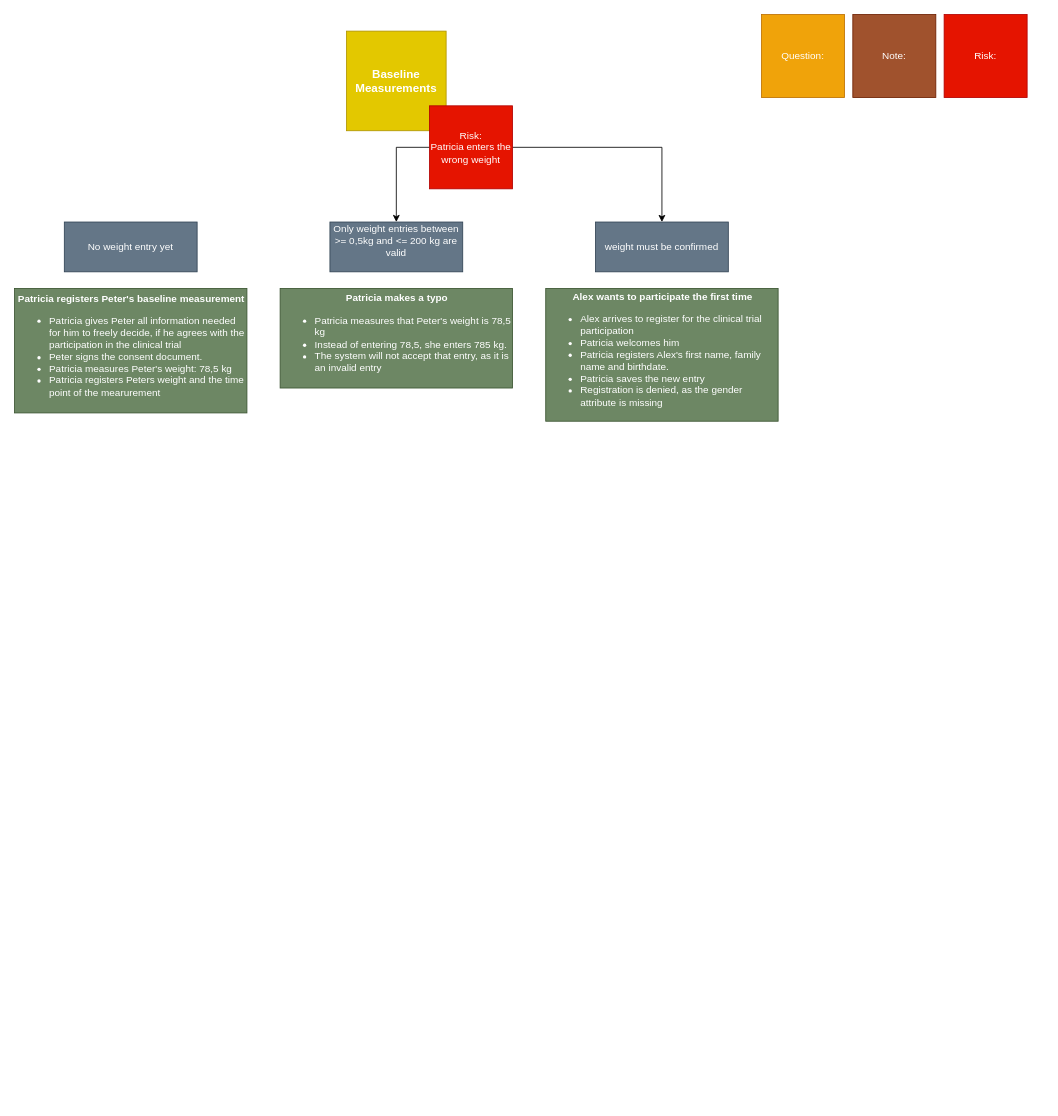
sableu/BDD4OQ keeps this draw.io diagram as jba-oq-documents/ExampleMap_bddoq-26.drawio. Above is the earlier version. Source tidied: cells renumbered, new cells numbered last; positions are measured from the earlier drawing's top-left corner, leaving out a move shared by most shapes. Both pictures are drawn from the tidied source at 83%, with x=0, y=0 at pixel (14, 14).
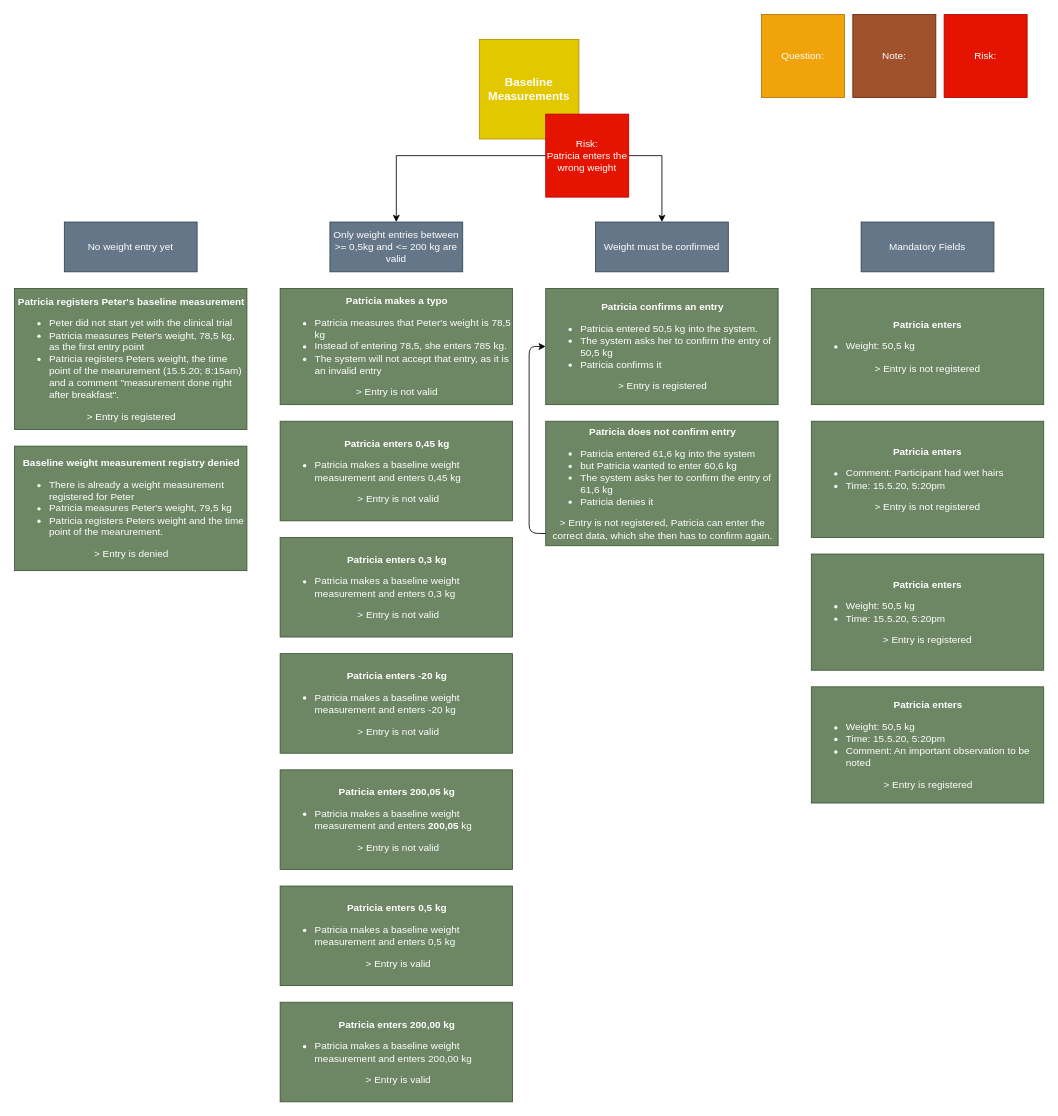
The same page after the edit.

Commit message (it also covers changes not shown here):
bddoq-26: Adaptations in view of bddoq-26

The edit, as a diff of the source:
```diff
@@
     <mxCell id="2" value="&lt;span style=&quot;font-size: 14px&quot;&gt;&lt;b&gt;Baseline Measurements&lt;/b&gt;&lt;/span&gt;" style="whiteSpace=wrap;html=1;fillColor=#e3c800;strokeColor=#B09500;fontColor=#ffffff;" parent="1" vertex="1">
-      <mxGeometry x="400" y="20" width="120" height="120" as="geometry" />
+      <mxGeometry x="560" y="30" width="120" height="120" as="geometry" />
     </mxCell>
-    <mxCell id="3" value="&lt;div style=&quot;text-align: center&quot;&gt;&lt;span&gt;&lt;b&gt;Patricia registers Peter's baseline measurement&lt;/b&gt;&lt;/span&gt;&lt;/div&gt;&lt;ul&gt;&lt;li&gt;Patricia gives Peter all information needed for him to freely decide, if he agrees with the participation in the clinical trial&lt;/li&gt;&lt;li&gt;Peter signs the consent document.&lt;/li&gt;&lt;li&gt;Patricia measures Peter's weight: 78,5 kg&lt;/li&gt;&lt;li&gt;Patricia registers Peters weight and the time point of the mearurement&lt;br&gt;&lt;/li&gt;&lt;/ul&gt;" style="rounded=0;whiteSpace=wrap;html=1;align=left;fillColor=#6d8764;strokeColor=#3A5431;fontColor=#ffffff;" parent="1" vertex="1">
-      <mxGeometry y="330" width="280" height="150" as="geometry" />
+    <mxCell id="3" value="&lt;div style=&quot;text-align: center&quot;&gt;&lt;span&gt;&lt;b&gt;Patricia registers Peter's baseline measurement&lt;/b&gt;&lt;/span&gt;&lt;/div&gt;&lt;ul&gt;&lt;li&gt;Peter did not start yet with the clinical trial&lt;/li&gt;&lt;li&gt;Patricia measures Peter's weight, 78,5 kg, as the first entry point&lt;/li&gt;&lt;li&gt;Patricia registers Peters weight, the time point of the mearurement (15.5.20; 8:15am) and a comment &quot;measurement done right after breakfast&quot;.&lt;br&gt;&lt;/li&gt;&lt;/ul&gt;&lt;div style=&quot;text-align: center&quot;&gt;&amp;gt; Entry is registered&lt;/div&gt;" style="rounded=0;whiteSpace=wrap;html=1;align=left;fillColor=#6d8764;strokeColor=#3A5431;fontColor=#ffffff;" parent="1" vertex="1">
+      <mxGeometry y="330" width="280" height="170" as="geometry" />
     </mxCell>
@@
-    <mxCell id="5" value="&lt;div style=&quot;text-align: center&quot;&gt;&lt;span&gt;&lt;b&gt;Patricia makes a typo&lt;/b&gt;&lt;/span&gt;&lt;/div&gt;&lt;ul&gt;&lt;li&gt;Patricia measures that Peter's weight is 78,5 kg&lt;/li&gt;&lt;li&gt;Instead of entering 78,5, she enters 785 kg.&lt;/li&gt;&lt;li&gt;The system will not accept that entry, as it is an invalid entry&lt;/li&gt;&lt;/ul&gt;" style="rounded=0;whiteSpace=wrap;html=1;align=left;fillColor=#6d8764;strokeColor=#3A5431;fontColor=#ffffff;" parent="1" vertex="1">
-      <mxGeometry x="320" y="330" width="280" height="120" as="geometry" />
+    <mxCell id="5" value="&lt;div style=&quot;text-align: center&quot;&gt;&lt;span&gt;&lt;b&gt;Patricia makes a typo&lt;/b&gt;&lt;/span&gt;&lt;/div&gt;&lt;ul&gt;&lt;li&gt;Patricia measures that Peter's weight is 78,5 kg&lt;/li&gt;&lt;li&gt;Instead of entering 78,5, she enters 785 kg.&lt;/li&gt;&lt;li&gt;The system will not accept that entry, as it is an invalid entry&lt;/li&gt;&lt;/ul&gt;&lt;div style=&quot;text-align: center&quot;&gt;&amp;gt; Entry is not valid&lt;/div&gt;" style="rounded=0;whiteSpace=wrap;html=1;align=left;fillColor=#6d8764;strokeColor=#3A5431;fontColor=#ffffff;" parent="1" vertex="1">
+      <mxGeometry x="320" y="330" width="280" height="140" as="geometry" />
     </mxCell>
-    <mxCell id="6" value="Only weight entries between &amp;gt;= 0,5kg and &amp;lt;= 200 kg are valid&lt;br&gt;&amp;nbsp;" style="rounded=0;whiteSpace=wrap;html=1;fillColor=#647687;strokeColor=#314354;fontColor=#ffffff;" parent="1" vertex="1">
+    <mxCell id="6" value="Only weight entries between &amp;gt;= 0,5kg and &amp;lt;= 200 kg are valid" style="rounded=0;whiteSpace=wrap;html=1;fillColor=#647687;strokeColor=#314354;fontColor=#ffffff;" parent="1" vertex="1">
       <mxGeometry x="380" y="250" width="160" height="60" as="geometry" />
     </mxCell>
-    <mxCell id="7" value="weight must be confirmed" style="rounded=0;whiteSpace=wrap;html=1;fillColor=#647687;strokeColor=#314354;fontColor=#ffffff;" parent="1" vertex="1">
+    <mxCell id="7" value="Weight must be confirmed" style="rounded=0;whiteSpace=wrap;html=1;fillColor=#647687;strokeColor=#314354;fontColor=#ffffff;" parent="1" vertex="1">
       <mxGeometry x="700" y="250" width="160" height="60" as="geometry" />
     </mxCell>
-    <mxCell id="8" value="&lt;div style=&quot;text-align: center&quot;&gt;&lt;span&gt;&lt;b&gt;Alex wants to participate the first time&lt;/b&gt;&lt;/span&gt;&lt;/div&gt;&lt;ul&gt;&lt;li&gt;Alex arrives to register for the clinical trial participation&lt;/li&gt;&lt;li&gt;Patricia welcomes him&lt;/li&gt;&lt;li&gt;Patricia registers Alex's first name, family name and birthdate.&lt;/li&gt;&lt;li&gt;Patricia saves the new entry&lt;/li&gt;&lt;li&gt;Registration is denied, as the gender attribute is missing&lt;/li&gt;&lt;/ul&gt;" style="rounded=0;whiteSpace=wrap;html=1;align=left;fillColor=#6d8764;strokeColor=#3A5431;fontColor=#ffffff;" parent="1" vertex="1">
-      <mxGeometry x="640" y="330" width="280" height="160" as="geometry" />
+    <mxCell id="8" value="&lt;div style=&quot;text-align: center&quot;&gt;&lt;span&gt;&lt;b&gt;Patricia confirms an entry&lt;/b&gt;&lt;/span&gt;&lt;/div&gt;&lt;ul&gt;&lt;li&gt;Patricia entered 50,5 kg into the system.&lt;/li&gt;&lt;li&gt;The system asks her to confirm the entry of 50,5 kg&lt;/li&gt;&lt;li&gt;Patricia confirms it&lt;/li&gt;&lt;/ul&gt;&lt;div style=&quot;text-align: center&quot;&gt;&amp;gt; Entry is registered&lt;/div&gt;" style="rounded=0;whiteSpace=wrap;html=1;align=left;fillColor=#6d8764;strokeColor=#3A5431;fontColor=#ffffff;" parent="1" vertex="1">
+      <mxGeometry x="640" y="330" width="280" height="140" as="geometry" />
     </mxCell>
@@
-    <mxCell id="13" style="edgeStyle=orthogonalEdgeStyle;rounded=0;jettySize=auto;html=1;" parent="1" edge="1" source="14" target="7">
+    <mxCell id="13" style="edgeStyle=orthogonalEdgeStyle;rounded=0;jettySize=auto;html=1;exitX=1;exitY=0.5;exitDx=0;exitDy=0;" parent="1" edge="1" source="14" target="7">
       <mxGeometry relative="1" as="geometry" />
     </mxCell>
     <mxCell id="14" value="Risk:&lt;br&gt;Patricia enters the wrong weight" style="whiteSpace=wrap;html=1;fillColor=#e51400;strokeColor=#B20000;fontColor=#ffffff;" parent="1" vertex="1">
-      <mxGeometry x="500" y="110" width="100" height="100" as="geometry" />
+      <mxGeometry x="640" y="120" width="100" height="100" as="geometry" />
     </mxCell>
+    <mxCell id="15" value="&lt;div style=&quot;text-align: center&quot;&gt;&lt;span&gt;&lt;b&gt;Patricia enters 0,5 kg&lt;/b&gt;&lt;/span&gt;&lt;/div&gt;&lt;ul&gt;&lt;li&gt;Patricia makes a baseline weight measurement and enters 0,5 kg&lt;/li&gt;&lt;/ul&gt;&lt;div style=&quot;text-align: center&quot;&gt;&lt;span&gt;&amp;nbsp;&amp;gt; Entry is valid&lt;/span&gt;&lt;/div&gt;" style="rounded=0;whiteSpace=wrap;html=1;align=left;fillColor=#6d8764;strokeColor=#3A5431;fontColor=#ffffff;" parent="1" vertex="1">
+      <mxGeometry x="320" y="1050" width="280" height="120" as="geometry" />
+    </mxCell>
+    <mxCell id="16" value="&lt;div style=&quot;text-align: center&quot;&gt;&lt;span&gt;&lt;b&gt;Patricia enters 0,45 kg&lt;/b&gt;&lt;/span&gt;&lt;/div&gt;&lt;ul&gt;&lt;li&gt;Patricia makes a baseline weight measurement and enters 0,45 kg&lt;/li&gt;&lt;/ul&gt;&lt;div style=&quot;text-align: center&quot;&gt;&lt;span&gt;&amp;nbsp;&amp;gt; Entry is not valid&lt;/span&gt;&lt;/div&gt;" style="rounded=0;whiteSpace=wrap;html=1;align=left;fillColor=#6d8764;strokeColor=#3A5431;fontColor=#ffffff;" parent="1" vertex="1">
+      <mxGeometry x="320" y="490" width="280" height="120" as="geometry" />
+    </mxCell>
+    <mxCell id="17" value="&lt;div style=&quot;text-align: center&quot;&gt;&lt;span&gt;&lt;b&gt;Patricia enters 0,3 kg&lt;/b&gt;&lt;/span&gt;&lt;/div&gt;&lt;ul&gt;&lt;li&gt;Patricia makes a baseline weight measurement and enters 0,3 kg&lt;/li&gt;&lt;/ul&gt;&lt;div style=&quot;text-align: center&quot;&gt;&lt;span&gt;&amp;nbsp;&amp;gt; Entry is not valid&lt;/span&gt;&lt;/div&gt;" style="rounded=0;whiteSpace=wrap;html=1;align=left;fillColor=#6d8764;strokeColor=#3A5431;fontColor=#ffffff;" parent="1" vertex="1">
+      <mxGeometry x="320" y="630" width="280" height="120" as="geometry" />
+    </mxCell>
+    <mxCell id="18" value="&lt;div style=&quot;text-align: center&quot;&gt;&lt;span&gt;&lt;b&gt;Patricia enters -20 kg&lt;/b&gt;&lt;/span&gt;&lt;/div&gt;&lt;ul&gt;&lt;li&gt;Patricia makes a baseline weight measurement and enters -20 kg&lt;/li&gt;&lt;/ul&gt;&lt;div style=&quot;text-align: center&quot;&gt;&lt;span&gt;&amp;nbsp;&amp;gt; Entry is not valid&lt;/span&gt;&lt;/div&gt;" style="rounded=0;whiteSpace=wrap;html=1;align=left;fillColor=#6d8764;strokeColor=#3A5431;fontColor=#ffffff;" parent="1" vertex="1">
+      <mxGeometry x="320" y="770" width="280" height="120" as="geometry" />
+    </mxCell>
+    <mxCell id="19" value="&lt;div style=&quot;text-align: center&quot;&gt;&lt;span&gt;&lt;b&gt;Patricia enters 200,05 kg&lt;/b&gt;&lt;/span&gt;&lt;/div&gt;&lt;ul&gt;&lt;li&gt;Patricia makes a baseline weight measurement and enters&amp;nbsp;&lt;b style=&quot;text-align: center&quot;&gt;200,05&lt;/b&gt;&amp;nbsp;kg&lt;/li&gt;&lt;/ul&gt;&lt;div style=&quot;text-align: center&quot;&gt;&lt;span&gt;&amp;nbsp;&amp;gt; Entry is not valid&lt;/span&gt;&lt;/div&gt;" style="rounded=0;whiteSpace=wrap;html=1;align=left;fillColor=#6d8764;strokeColor=#3A5431;fontColor=#ffffff;" parent="1" vertex="1">
+      <mxGeometry x="320" y="910" width="280" height="120" as="geometry" />
+    </mxCell>
+    <mxCell id="20" value="&lt;div style=&quot;text-align: center&quot;&gt;&lt;span&gt;&lt;b&gt;Patricia enters 200,00 kg&lt;/b&gt;&lt;/span&gt;&lt;/div&gt;&lt;ul&gt;&lt;li&gt;Patricia makes a baseline weight measurement and enters 200,00 kg&lt;/li&gt;&lt;/ul&gt;&lt;div style=&quot;text-align: center&quot;&gt;&lt;span&gt;&amp;nbsp;&amp;gt; Entry is valid&lt;/span&gt;&lt;/div&gt;" style="rounded=0;whiteSpace=wrap;html=1;align=left;fillColor=#6d8764;strokeColor=#3A5431;fontColor=#ffffff;" parent="1" vertex="1">
+      <mxGeometry x="320" y="1190" width="280" height="120" as="geometry" />
+    </mxCell>
+    <mxCell id="21" value="&lt;div style=&quot;text-align: center&quot;&gt;&lt;span&gt;&lt;b&gt;Patricia does not confirm entry&lt;/b&gt;&lt;/span&gt;&lt;/div&gt;&lt;ul&gt;&lt;li&gt;Patricia entered 61,6 kg into the system&lt;/li&gt;&lt;li&gt;but Patricia wanted to enter 60,6 kg&lt;/li&gt;&lt;li&gt;The system asks her to confirm the entry of 61,6 kg&lt;/li&gt;&lt;li&gt;Patricia denies it&lt;/li&gt;&lt;/ul&gt;&lt;div style=&quot;text-align: center&quot;&gt;&amp;gt; Entry is not registered, Patricia can enter the correct data, which she then has to confirm again.&lt;/div&gt;" style="rounded=0;whiteSpace=wrap;html=1;align=left;fillColor=#6d8764;strokeColor=#3A5431;fontColor=#ffffff;" parent="1" vertex="1">
+      <mxGeometry x="640" y="490" width="280" height="150" as="geometry" />
+    </mxCell>
+    <mxCell id="22" value="&lt;div style=&quot;text-align: center&quot;&gt;&lt;span&gt;&lt;b&gt;Baseline weight measurement registry denied&lt;/b&gt;&lt;/span&gt;&lt;/div&gt;&lt;ul&gt;&lt;li&gt;There is already a weight measurement registered for Peter&lt;/li&gt;&lt;li&gt;Patricia measures Peter's weight, 79,5 kg&lt;/li&gt;&lt;li&gt;Patricia registers Peters weight and the time point of the mearurement.&lt;br&gt;&lt;/li&gt;&lt;/ul&gt;&lt;div style=&quot;text-align: center&quot;&gt;&amp;gt; Entry is denied&lt;/div&gt;" style="rounded=0;whiteSpace=wrap;html=1;align=left;fillColor=#6d8764;strokeColor=#3A5431;fontColor=#ffffff;" parent="1" vertex="1">
+      <mxGeometry y="520" width="280" height="150" as="geometry" />
+    </mxCell>
+    <mxCell id="23" value="Mandatory Fields" style="rounded=0;whiteSpace=wrap;html=1;fillColor=#647687;strokeColor=#314354;fontColor=#ffffff;" parent="1" vertex="1">
+      <mxGeometry x="1020" y="250" width="160" height="60" as="geometry" />
+    </mxCell>
+    <mxCell id="24" value="&lt;div style=&quot;text-align: center&quot;&gt;&lt;span&gt;&lt;b&gt;Patricia enters&lt;/b&gt;&lt;/span&gt;&lt;/div&gt;&lt;ul&gt;&lt;li&gt;Weight: 50,5 kg&amp;nbsp; &amp;nbsp; &amp;nbsp; &amp;nbsp; &amp;nbsp; &amp;nbsp; &amp;nbsp; &amp;nbsp; &amp;nbsp; &amp;nbsp; &amp;nbsp; &amp;nbsp; &amp;nbsp; &amp;nbsp; &amp;nbsp; &amp;nbsp; &amp;nbsp; &amp;nbsp; &amp;nbsp; &amp;nbsp; &amp;nbsp; &amp;nbsp; &amp;nbsp;&amp;nbsp;&lt;/li&gt;&lt;/ul&gt;&lt;div style=&quot;text-align: center&quot;&gt;&amp;gt; Entry is not registered&lt;/div&gt;" style="rounded=0;whiteSpace=wrap;html=1;align=left;fillColor=#6d8764;strokeColor=#3A5431;fontColor=#ffffff;" parent="1" vertex="1">
+      <mxGeometry x="960" y="330" width="280" height="140" as="geometry" />
+    </mxCell>
+    <mxCell id="25" value="&lt;div style=&quot;text-align: center&quot;&gt;&lt;span&gt;&lt;b&gt;Patricia enters&lt;/b&gt;&lt;/span&gt;&lt;/div&gt;&lt;ul&gt;&lt;li&gt;Weight: 50,5 kg&amp;nbsp;&lt;/li&gt;&lt;li&gt;Time: 15.5.20, 5:20pm&amp;nbsp; &amp;nbsp; &amp;nbsp; &amp;nbsp; &amp;nbsp; &amp;nbsp; &amp;nbsp; &amp;nbsp; &amp;nbsp; &amp;nbsp; &amp;nbsp; &amp;nbsp; &amp;nbsp; &amp;nbsp; &amp;nbsp; &amp;nbsp; &amp;nbsp; &amp;nbsp;&lt;/li&gt;&lt;/ul&gt;&lt;div style=&quot;text-align: center&quot;&gt;&amp;gt; Entry is registered&lt;/div&gt;" style="rounded=0;whiteSpace=wrap;html=1;align=left;fillColor=#6d8764;strokeColor=#3A5431;fontColor=#ffffff;" parent="1" vertex="1">
+      <mxGeometry x="960" y="650" width="280" height="140" as="geometry" />
+    </mxCell>
+    <mxCell id="26" value="&lt;div style=&quot;text-align: center&quot;&gt;&lt;span&gt;&lt;b&gt;Patricia enters&lt;/b&gt;&lt;/span&gt;&lt;/div&gt;&lt;ul&gt;&lt;li&gt;Comment: Participant had wet hairs&amp;nbsp;&lt;/li&gt;&lt;li&gt;Time: 15.5.20, 5:20pm&amp;nbsp; &amp;nbsp; &amp;nbsp; &amp;nbsp; &amp;nbsp; &amp;nbsp; &amp;nbsp; &amp;nbsp; &amp;nbsp; &amp;nbsp; &amp;nbsp; &amp;nbsp; &amp;nbsp; &amp;nbsp; &amp;nbsp; &amp;nbsp; &amp;nbsp; &amp;nbsp;&lt;/li&gt;&lt;/ul&gt;&lt;div style=&quot;text-align: center&quot;&gt;&amp;gt; Entry is not registered&lt;/div&gt;" style="rounded=0;whiteSpace=wrap;html=1;align=left;fillColor=#6d8764;strokeColor=#3A5431;fontColor=#ffffff;" parent="1" vertex="1">
+      <mxGeometry x="960" y="490" width="280" height="140" as="geometry" />
+    </mxCell>
+    <mxCell id="27" value="&lt;div style=&quot;text-align: center&quot;&gt;&lt;span&gt;&lt;b&gt;Patricia enters&lt;/b&gt;&lt;/span&gt;&lt;/div&gt;&lt;ul&gt;&lt;li&gt;Weight: 50,5 kg&amp;nbsp;&lt;/li&gt;&lt;li&gt;Time: 15.5.20, 5:20pm&lt;/li&gt;&lt;li&gt;Comment: An important observation to be noted&amp;nbsp; &amp;nbsp; &amp;nbsp; &amp;nbsp; &amp;nbsp; &amp;nbsp; &amp;nbsp; &amp;nbsp; &amp;nbsp; &amp;nbsp; &amp;nbsp; &amp;nbsp; &amp;nbsp; &amp;nbsp; &amp;nbsp; &amp;nbsp; &amp;nbsp; &amp;nbsp;&lt;/li&gt;&lt;/ul&gt;&lt;div style=&quot;text-align: center&quot;&gt;&amp;gt; Entry is registered&lt;/div&gt;" style="rounded=0;whiteSpace=wrap;html=1;align=left;fillColor=#6d8764;strokeColor=#3A5431;fontColor=#ffffff;" parent="1" vertex="1">
+      <mxGeometry x="960" y="810" width="280" height="140" as="geometry" />
+    </mxCell>
+    <mxCell id="28" style="endArrow=classic;html=1;exitX=0;exitY=0.902;exitDx=0;exitDy=0;entryX=0;entryY=0.5;entryDx=0;entryDy=0;exitPerimeter=0;" parent="1" edge="1" source="21" target="8">
+      <mxGeometry relative="1" as="geometry">
+        <Array as="points">
+          <mxPoint x="620" y="625" />
+          <mxPoint x="620" y="565" />
+          <mxPoint x="620" y="480" />
+          <mxPoint x="620" y="400" />
+        </Array>
+      </mxGeometry>
+    </mxCell>
```
